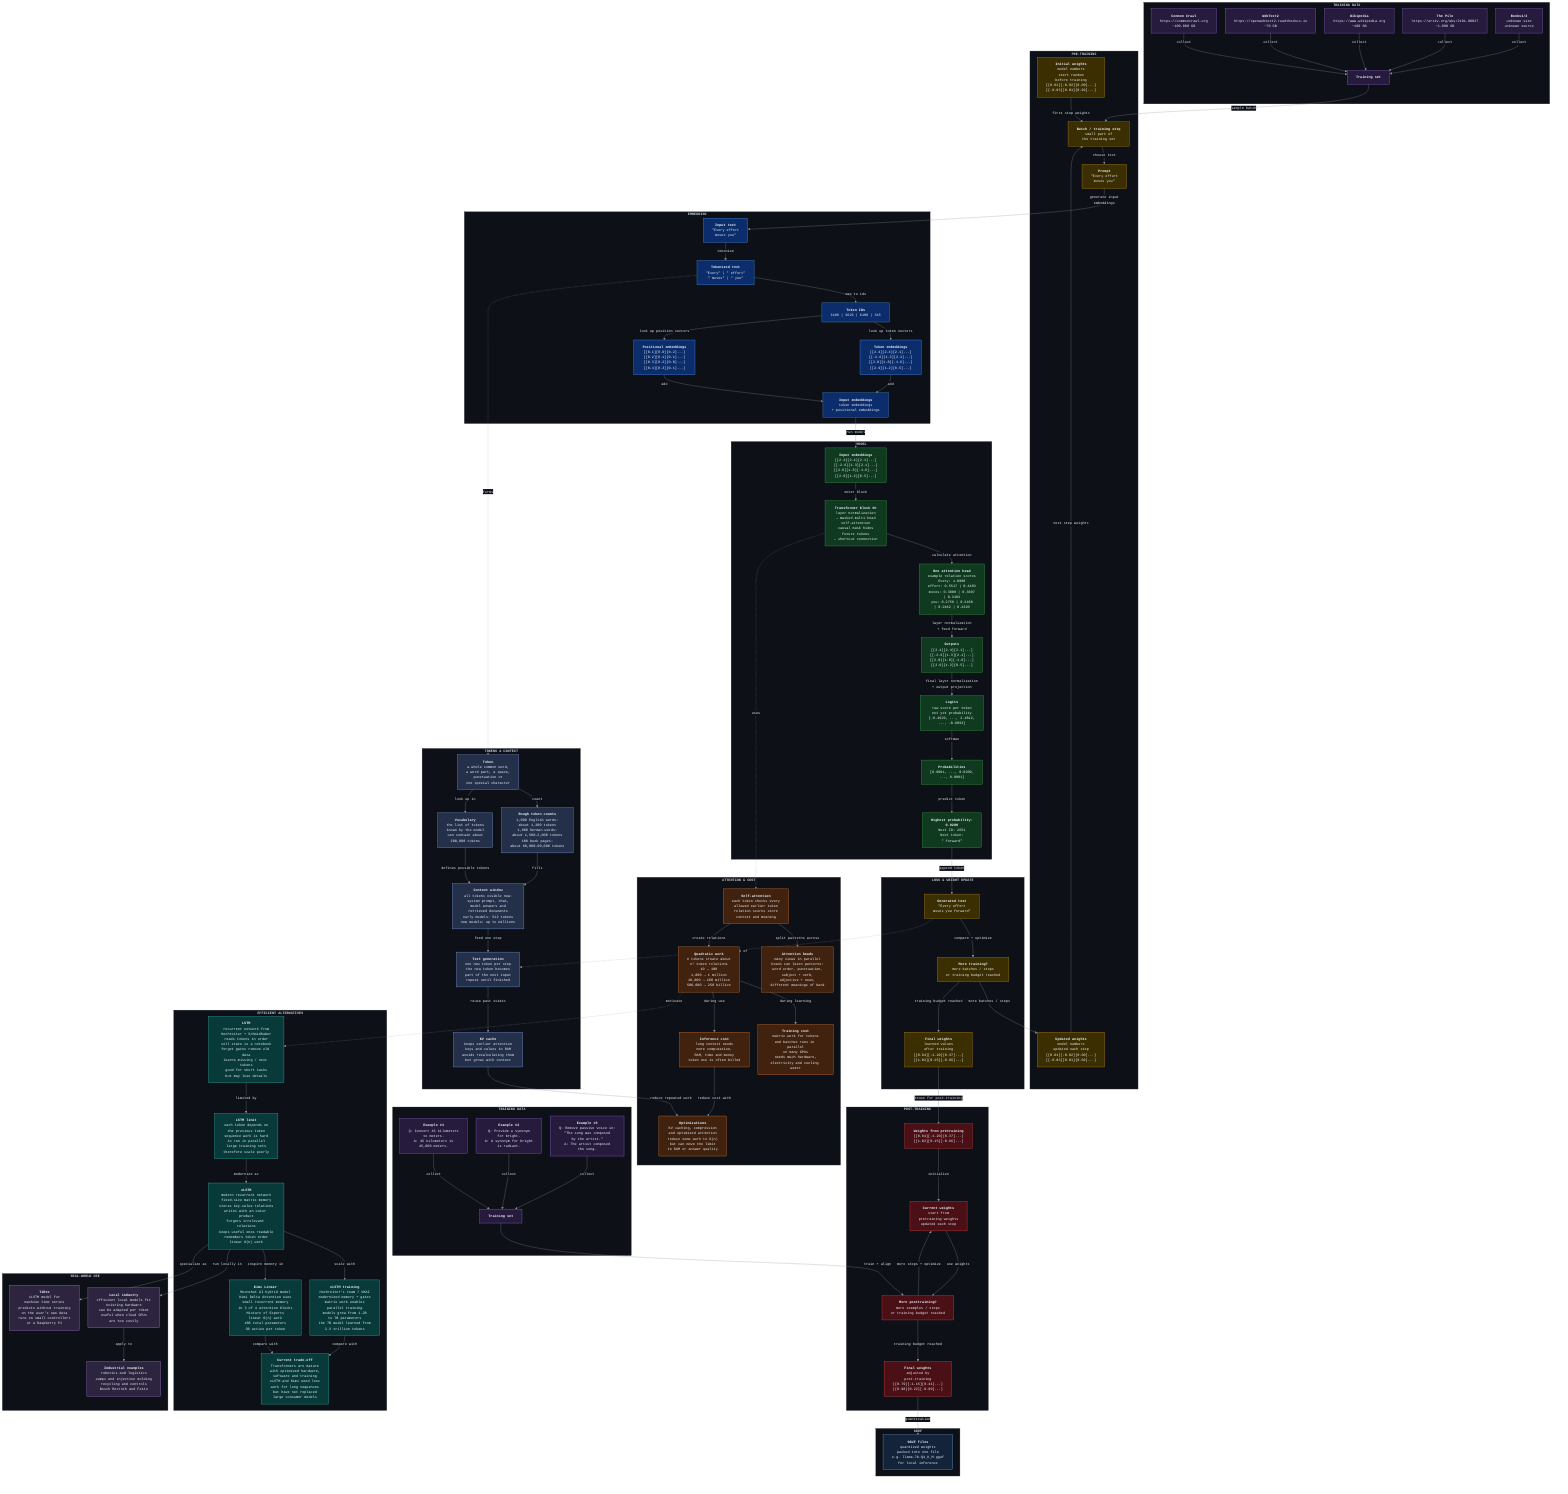
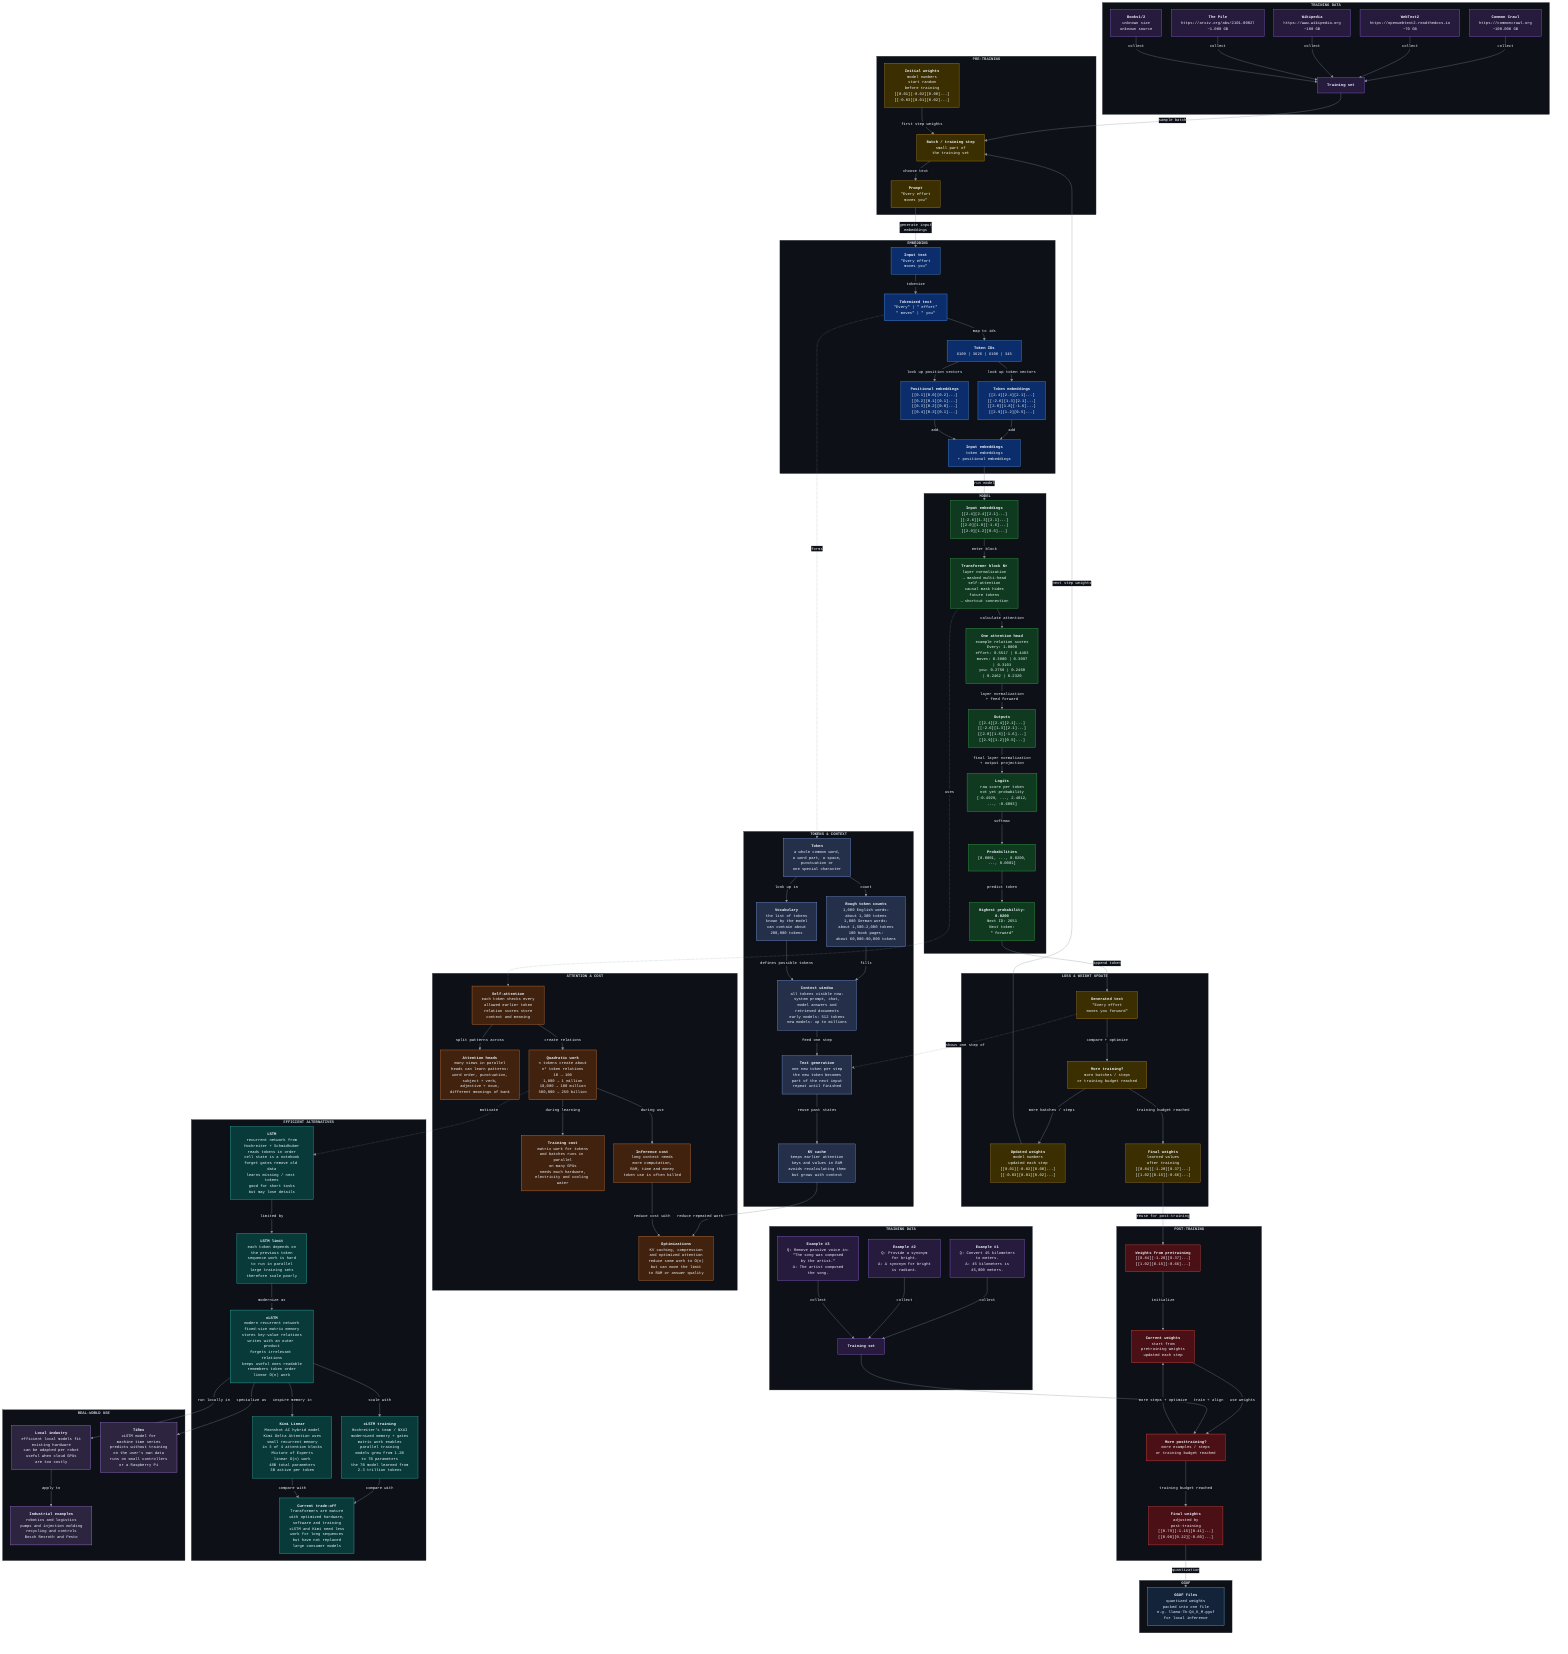
%%{init: {"theme": "base", "themeVariables": {"fontSize": "12px", "fontFamily": "Courier New", "primaryColor": "#161b22", "primaryTextColor": "#f0f6fc", "primaryBorderColor": "#30363d", "secondaryColor": "#161b22", "secondaryTextColor": "#f0f6fc", "secondaryBorderColor": "#30363d", "tertiaryColor": "#161b22", "tertiaryTextColor": "#f0f6fc", "tertiaryBorderColor": "#30363d", "clusterBkg": "#0d1117", "clusterBorder": "#30363d", "titleColor": "#c9d1d9", "lineColor": "#8b949e", "edgeLabelBackground": "#0d1117"}, "flowchart": {"htmlLabels": true, "nodeSpacing": 30, "rankSpacing": 44, "curve": "basis"}}}%%
flowchart TD
    subgraph DATA["<b>TRAINING DATA</b>"]
        D0["<b>Training set</b>"]
        D1["<b>Common Crawl</b><br/>https://commoncrawl.org<br/>~100.000 GB"]
        D2["<b>WebText2</b><br/>https://openwebtext2.readthedocs.io<br/>~70 GB"]
        D3["<b>Wikipedia</b><br/>https://www.wikipedia.org<br/>~100 GB"]
        D4["<b>The Pile</b><br/>https://arxiv.org/abs/2101.00027<br/>~1.000 GB"]
        D5["<b>Books1/2</b><br/>unknown size<br/>unknown source"]
    end

    subgraph PRE["<b>PRE-TRAINING</b>"]
-         P0["<b>Updated weights</b><br/>model numbers<br/>updated each step<br/>[[0.01][-0.02][0.00]...]<br/>[[-0.03][0.01][0.02]...]"]
        W0["<b>Initial weights</b><br/>model numbers<br/>start random<br/>before training<br/>[[0.01][-0.02][0.00]...]<br/>[[-0.03][0.01][0.02]...]"]
        P5["<b>Batch / training step</b><br/>small part of<br/>the training set"]
        F0["<b>Prompt</b><br/>&quot;Every effort<br/>moves you&quot;"]
    end

    subgraph EMB["<b>EMBEDDING</b>"]
        E0["<b>Input text</b><br/>&quot;Every effort<br/>moves you&quot;"]
        E1["<b>Tokenized text</b><br/>&quot;Every&quot; | &quot; effort&quot;<br/>&quot; moves&quot; | &quot; you&quot;"]
        E2["<b>Token IDs</b><br/>6109 | 3626 | 6100 | 345"]
        E3["<b>Token embeddings</b><br/>[[2.4][2.4][2.1]...]<br/>[[-2.6][1.3][2.1]...]<br/>[[2.0][1.8][-1.6]...]<br/>[[2.9][1.2][0.5]...]"]
        E4["<b>Positional embeddings</b><br/>[[0.1][0.0][0.2]...]<br/>[[0.2][0.1][0.1]...]<br/>[[0.3][0.2][0.0]...]<br/>[[0.4][0.3][0.1]...]"]
        E5["<b>Input embeddings</b><br/>token embeddings<br/>+ positional embeddings"]
    end

    subgraph MODEL["<b>MODEL</b>"]
        M0["<b>Input embeddings</b><br/>[[2.4][2.4][2.1]...]<br/>[[-2.6][1.3][2.1]...]<br/>[[2.0][1.8][-1.6]...]<br/>[[2.9][1.2][0.5]...]"]
        M1["<b>Transformer block N×</b><br/>layer normalization<br/>→ masked multi-head<br/>self-attention<br/>causal mask hides<br/>future tokens<br/>→ shortcut connection"]
        M2["<b>One attention head</b><br/>example relation scores<br/>Every: 1.0000<br/>effort: 0.5517 | 0.4483<br/>moves: 0.3800 | 0.3097<br/>| 0.3103<br/>you: 0.2758 | 0.2460<br/>| 0.2462 | 0.2320"]
        M4["<b>Outputs</b><br/>[[2.4][2.4][2.1]...]<br/>[[-2.6][1.3][2.1]...]<br/>[[2.0][1.8][-1.6]...]<br/>[[2.9][1.2][0.5]...]"]
        M6["<b>Logits</b><br/>raw score per token<br/>not yet probability<br/>[-0.4929, ..., 2.4812,<br/>..., -0.6093]"]
        M8["<b>Probabilities</b><br/>[0.0001, ..., 0.0200,<br/>..., 0.0001]"]
        M9["<b>Highest probability:<br/>0.0200</b><br/>Next ID: 2651<br/>Next token:<br/>&quot; forward&quot;"]
    end

    subgraph UPDATE["<b>LOSS & WEIGHT UPDATE</b>"]
+         P0["<b>Updated weights</b><br/>model numbers<br/>updated each step<br/>[[0.01][-0.02][0.00]...]<br/>[[-0.03][0.01][0.02]...]"]
        F3["<b>Generated text</b><br/>&quot;Every effort<br/>moves you forward&quot;"]
        P3["<b>More training?</b><br/>more batches / steps<br/>or training budget reached"]
        P4["<b>Final weights</b><br/>learned values<br/>after training<br/>[[0.84][-1.20][0.37]...]<br/>[[1.02][0.15][-0.66]...]"]
    end

    subgraph POSTDATA["<b>TRAINING DATA</b>"]
        T8["<b>Training set</b>"]
        T1["<b>Example #1</b><br/>Q: Convert 45 kilometers<br/>to meters.<br/>A: 45 kilometers is<br/>45,000 meters."]
        T2["<b>Example #2</b><br/>Q: Provide a synonym<br/>for bright.<br/>A: A synonym for bright<br/>is radiant."]
        T3["<b>Example #3</b><br/>Q: Remove passive voice in:<br/>&quot;The song was composed<br/>by the artist.&quot;<br/>A: The artist composed<br/>the song."]
    end

    subgraph POST["<b>POST-TRAINING</b>"]
        T0["<b>Weights from pretraining</b><br/>[[0.84][-1.20][0.37]...]<br/>[[1.02][0.15][-0.66]...]"]
        T13["<b>Current weights</b><br/>start from<br/>pretraining weights<br/>updated each step"]
        T12["<b>More posttraining?</b><br/>more examples / steps<br/>or training budget reached"]
        T6["<b>Final weights</b><br/>adjusted by<br/>post-training<br/>[[0.79][-1.15][0.41]...]<br/>[[0.98][0.22][-0.60]...]"]
    end

    subgraph GGUF["<b>GGUF</b>"]
        T10["<b>GGUF files</b><br/>quantized weights<br/>packed into one file<br/>e.g. llama-7b-Q4_K_M.gguf<br/>for local inference"]
    end

    subgraph TOKENS["<b>TOKENS & CONTEXT</b>"]
        C0["<b>Token</b><br/>a whole common word,<br/>a word part, a space,<br/>punctuation or<br/>one special character"]
        C1["<b>Rough token counts</b><br/>1,000 English words:<br/>about 1,300 tokens<br/>1,000 German words:<br/>about 1,500–2,000 tokens<br/>100 book pages:<br/>about 60,000–90,000 tokens"]
        C2["<b>Vocabulary</b><br/>the list of tokens<br/>known by the model<br/>can contain about<br/>200,000 tokens"]
        C3["<b>Context window</b><br/>all tokens visible now:<br/>system prompt, chat,<br/>model answers and<br/>retrieved documents<br/>early models: 512 tokens<br/>new models: up to millions"]
        C4["<b>Text generation</b><br/>one new token per step<br/>the new token becomes<br/>part of the next input<br/>repeat until finished"]
        C5["<b>KV cache</b><br/>keeps earlier attention<br/>keys and values in RAM<br/>avoids recalculating them<br/>but grows with context"]
    end

    subgraph COST["<b>ATTENTION & COST</b>"]
        A0["<b>Self-attention</b><br/>each token checks every<br/>allowed earlier token<br/>relation scores store<br/>context and meaning"]
        A1["<b>Attention heads</b><br/>many views in parallel<br/>heads can learn patterns:<br/>word order, punctuation,<br/>subject + verb,<br/>adjective + noun,<br/>different meanings of bank"]
        A2["<b>Quadratic work</b><br/>n tokens create about<br/>n² token relations<br/>10 → 100<br/>1,000 → 1 million<br/>10,000 → 100 million<br/>500,000 → 250 billion"]
        A3["<b>Training cost</b><br/>matrix work for tokens<br/>and batches runs in parallel<br/>on many GPUs<br/>needs much hardware,<br/>electricity and cooling water"]
        A4["<b>Inference cost</b><br/>long context needs<br/>more computation,<br/>RAM, time and money<br/>token use is often billed"]
        A5["<b>Optimizations</b><br/>KV caching, compression<br/>and optimized attention<br/>reduce some work to O(n)<br/>but can move the limit<br/>to RAM or answer quality"]
    end

    subgraph ALT["<b>EFFICIENT ALTERNATIVES</b>"]
        L0["<b>LSTM</b><br/>recurrent network from<br/>Hochreiter + Schmidhuber<br/>reads tokens in order<br/>cell state is a notebook<br/>forget gates remove old data<br/>learns missing / next tokens<br/>good for short tasks<br/>but may lose details"]
        L1["<b>LSTM limit</b><br/>each token depends on<br/>the previous token<br/>sequence work is hard<br/>to run in parallel<br/>large training sets<br/>therefore scale poorly"]
        L2["<b>xLSTM</b><br/>modern recurrent network<br/>fixed-size matrix memory<br/>stores key-value relations<br/>writes with an outer product<br/>forgets irrelevant relations<br/>keeps useful ones readable<br/>remembers token order<br/>linear O(n) work"]
        L3["<b>xLSTM training</b><br/>Hochreiter's team / NXAI<br/>modernized memory + gates<br/>matrix work enables<br/>parallel training<br/>models grew from 1.2B<br/>to 7B parameters<br/>the 7B model learned from<br/>2.3 trillion tokens"]
        L4["<b>Kimi Linear</b><br/>Moonshot AI hybrid model<br/>Kimi Delta Attention uses<br/>small recurrent memory<br/>in 3 of 4 attention blocks<br/>Mixture of Experts<br/>linear O(n) work<br/>48B total parameters<br/>3B active per token"]
        L5["<b>Current trade-off</b><br/>Transformers are mature<br/>with optimized hardware,<br/>software and training<br/>xLSTM and Kimi need less<br/>work for long sequences<br/>but have not replaced<br/>large consumer models"]
    end

    subgraph USE["<b>REAL-WORLD USE</b>"]
        U0["<b>Local industry</b><br/>efficient local models fit<br/>existing hardware<br/>can be adapted per robot<br/>useful when cloud GPUs<br/>are too costly"]
        U1["<b>Industrial examples</b><br/>robotics and logistics<br/>pumps and injection molding<br/>recycling and controls<br/>Bosch Rexroth and Festo"]
        U2["<b>TiRex</b><br/>xLSTM model for<br/>machine time series<br/>predicts without training<br/>on the user's own data<br/>runs on small controllers<br/>or a Raspberry Pi"]
    end

    D1 -->|collect| D0
    D2 -->|collect| D0
    D3 -->|collect| D0
    D4 -->|collect| D0
    D5 -->|collect| D0
    D0 -->|sample batch| P5
    P0 -->|next step weights| P5
    W0 -->|first step weights| P5
    P5 -->|choose text| F0
    F0 -->|generate input<br/>embeddings| E0
    E0 -->|tokenize| E1
    E1 -->|map to ids| E2
    E2 -->|look up token vectors| E3
    E2 -->|look up position vectors| E4
    E3 -->|add| E5
    E4 -->|add| E5
    E5 -->|run model| M0
    M0 -->|enter block| M1
    M1 -->|calculate attention| M2
    M2 -->|layer normalization<br/>+ feed forward| M4
    M4 -->|final layer normalization<br/>+ output projection| M6
    M6 -->|softmax| M8
    M8 -->|predict token| M9
    M9 -->|append token| F3
    F3 -->|compare + optimize| P3
    P3 -->|more batches / steps| P0
    P3 -->|training budget reached| P4
    P4 -->|reuse for post-training| T0
    T1 -->|collect| T8
    T2 -->|collect| T8
    T3 -->|collect| T8
    T0 -->|initialize| T13
    T13 -->|use weights| T12
    T8 -->|train + align| T12
    T12 -->|more steps + optimize| T13
    T12 -->|training budget reached| T6
    T6 -->|quantization| T10
    E1 -.->|forms| C0
    C0 -->|count| C1
    C0 -->|look up in| C2
    C1 -->|fills| C3
    C2 -->|defines possible tokens| C3
    C3 -->|feed one step| C4
    F3 -.->|shows one step of| C4
    C4 -->|reuse past states| C5
    M1 -.->|uses| A0
    A0 -->|split patterns across| A1
    A0 -->|create relations| A2
    A2 -->|during learning| A3
    A2 -->|during use| A4
    C5 -->|reduce repeated work| A5
    A4 -->|reduce cost with| A5
    A2 -.->|motivate| L0
    L0 -->|limited by| L1
    L1 -->|modernize as| L2
    L2 -->|scale with| L3
    L2 -->|inspire memory in| L4
    L3 -->|compare with| L5
    L4 -->|compare with| L5
    L2 -->|run locally in| U0
    U0 -->|apply to| U1
    L2 -->|specialize as| U2

    classDef data fill:#261a3d,stroke:#a371f7,stroke-width:1px,color:#f0f6fc;
    classDef train fill:#3b2e00,stroke:#d29922,stroke-width:1px,color:#f0f6fc;
    classDef embed fill:#0c2d6b,stroke:#58a6ff,stroke-width:1px,color:#f0f6fc;
    classDef model fill:#0f3a20,stroke:#3fb950,stroke-width:1px,color:#f0f6fc;
    classDef post fill:#4a1016,stroke:#f85149,stroke-width:1px,color:#f0f6fc;
    classDef gguf fill:#13233a,stroke:#79c0ff,stroke-width:1px,color:#f0f6fc;
    classDef weights fill:#3b2e00,stroke:#d29922,stroke-width:1px,color:#f0f6fc;
    classDef context fill:#24304a,stroke:#8cafff,stroke-width:1px,color:#f0f6fc;
    classDef cost fill:#40220f,stroke:#f0883e,stroke-width:1px,color:#f0f6fc;
    classDef alternative fill:#083a3a,stroke:#39d0c3,stroke-width:1px,color:#f0f6fc;
    classDef use fill:#2d2440,stroke:#bc8cff,stroke-width:1px,color:#f0f6fc;
    class D0,D1,D2,D3,D4,D5 data;
    class P0,P3,P4,P5,F0,F3 train;
    class E0,E1,E2,E3,E4,E5 embed;
    class M0,M1,M2,M4,M6,M8,M9 model;
    class T1,T2,T3,T8 data;
    class T0,T6,T12,T13 post;
    class T10 gguf;
    class W0 weights;
    class C0,C1,C2,C3,C4,C5 context;
    class A0,A1,A2,A3,A4,A5 cost;
    class L0,L1,L2,L3,L4,L5 alternative;
    class U0,U1,U2 use;

    click D1 "https://commoncrawl.org" "Open Common Crawl"
    click D2 "https://openwebtext2.readthedocs.io" "Open WebText2"
    click D3 "https://www.wikipedia.org" "Open Wikipedia"
    click D4 "https://arxiv.org/abs/2101.00027" "Open The Pile"
    click L2 "https://github.com/NX-AI/xlstm" "Open xLSTM"
    click L4 "https://github.com/MoonshotAI/Kimi-Linear" "Open Kimi Linear"
    click U2 "https://github.com/NX-AI/tirex" "Open TiRex"
